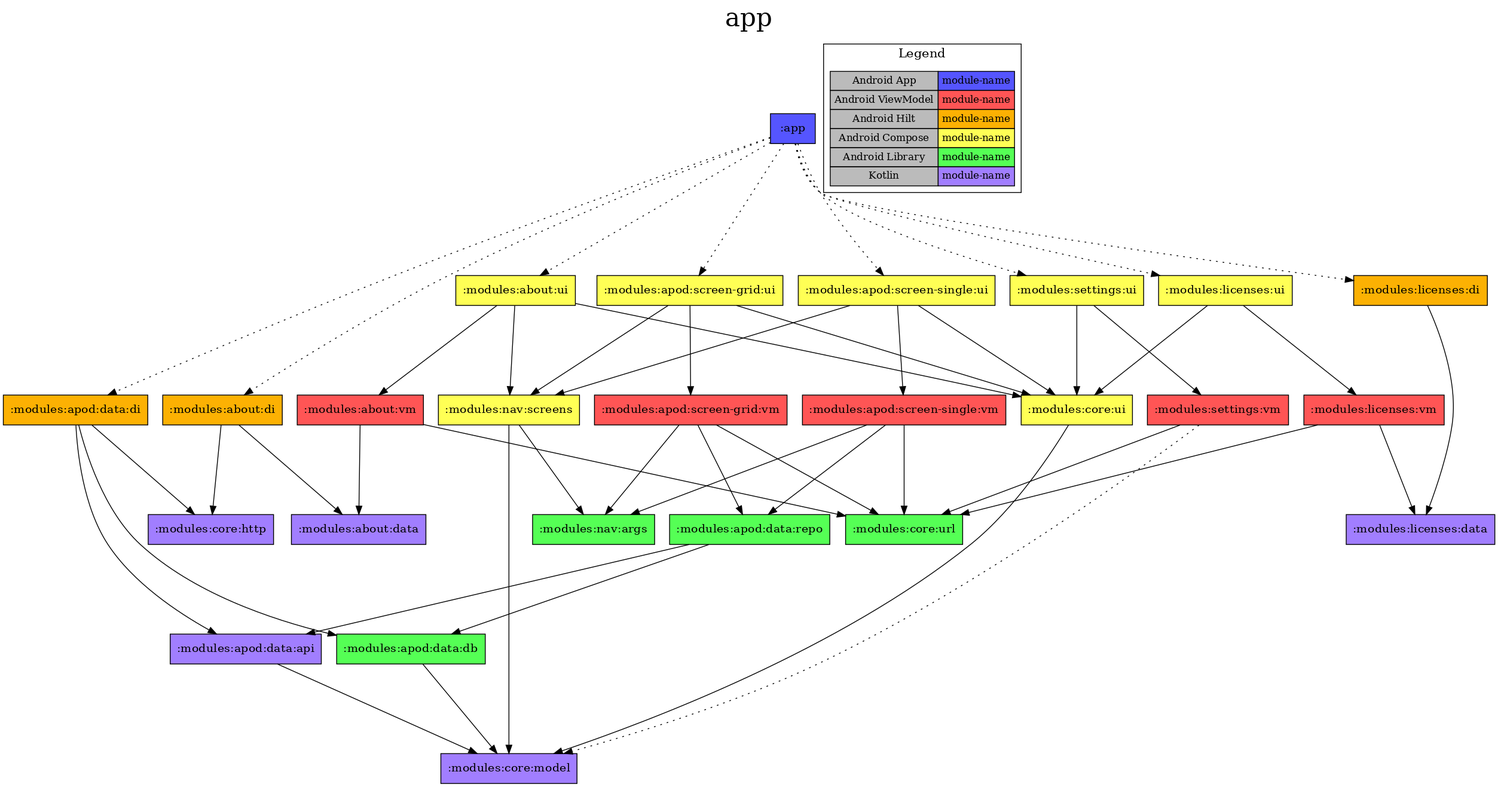
Earlier version of the Graphviz export app/project-dependency-graph.png (jonapoul/nasa-android). Its source is kept beside it as app/project-dependency-graph.dot.
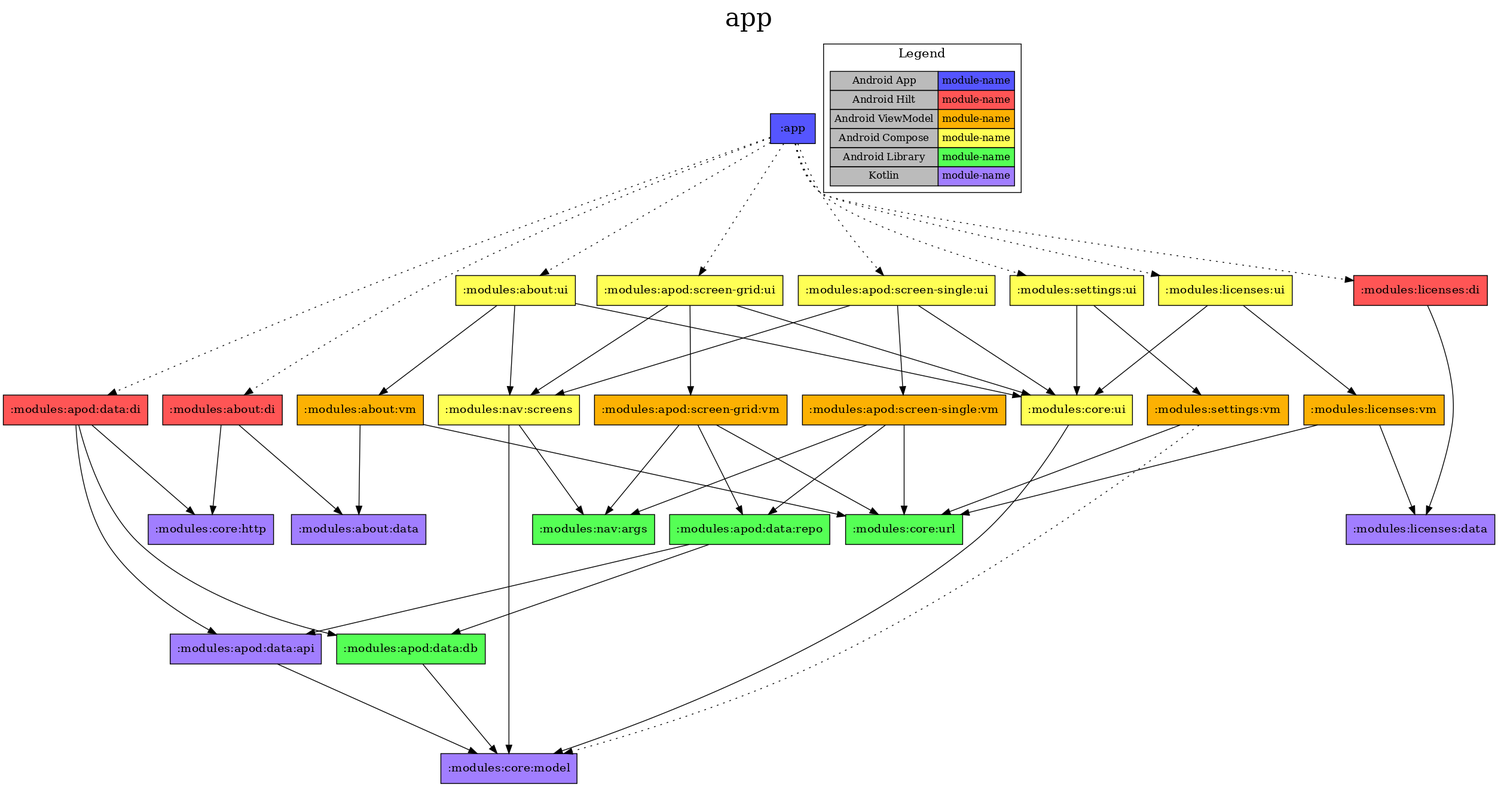
Later version of the same file.

Commit message:
Diagram colours

Diff of the diagram source:
```diff
@@ -3,30 +3,30 @@
 graph ["dpi"="100","label"="app","labelloc"="t","fontsize"="30","ranksep"="1.5"]
 node ["style"="filled"]
 ":app" ["shape"="box","fillcolor"="#5555FF"]
-":modules:about:di" ["fillcolor"="#FCB103","shape"="box"]
+":modules:about:di" ["fillcolor"="#FF5555","shape"="box"]
 ":modules:about:data" ["fillcolor"="#A17EFF","shape"="box"]
 ":modules:core:http" ["fillcolor"="#A17EFF","shape"="box"]
 ":modules:about:ui" ["fillcolor"="#FFFF55","shape"="box"]
-":modules:about:vm" ["fillcolor"="#FF5555","shape"="box"]
+":modules:about:vm" ["fillcolor"="#FCB103","shape"="box"]
 ":modules:core:url" ["fillcolor"="#55FF55","shape"="box"]
 ":modules:core:ui" ["fillcolor"="#FFFF55","shape"="box"]
 ":modules:core:model" ["fillcolor"="#A17EFF","shape"="box"]
 ":modules:nav:screens" ["fillcolor"="#FFFF55","shape"="box"]
 ":modules:nav:args" ["fillcolor"="#55FF55","shape"="box"]
-":modules:apod:data:di" ["fillcolor"="#FCB103","shape"="box"]
+":modules:apod:data:di" ["fillcolor"="#FF5555","shape"="box"]
 ":modules:apod:data:api" ["fillcolor"="#A17EFF","shape"="box"]
 ":modules:apod:data:db" ["fillcolor"="#55FF55","shape"="box"]
 ":modules:apod:screen-grid:ui" ["fillcolor"="#FFFF55","shape"="box"]
-":modules:apod:screen-grid:vm" ["fillcolor"="#FF5555","shape"="box"]
+":modules:apod:screen-grid:vm" ["fillcolor"="#FCB103","shape"="box"]
 ":modules:apod:data:repo" ["fillcolor"="#55FF55","shape"="box"]
 ":modules:apod:screen-single:ui" ["fillcolor"="#FFFF55","shape"="box"]
-":modules:apod:screen-single:vm" ["fillcolor"="#FF5555","shape"="box"]
-":modules:licenses:di" ["fillcolor"="#FCB103","shape"="box"]
+":modules:apod:screen-single:vm" ["fillcolor"="#FCB103","shape"="box"]
+":modules:licenses:di" ["fillcolor"="#FF5555","shape"="box"]
 ":modules:licenses:data" ["fillcolor"="#A17EFF","shape"="box"]
 ":modules:licenses:ui" ["fillcolor"="#FFFF55","shape"="box"]
-":modules:licenses:vm" ["fillcolor"="#FF5555","shape"="box"]
+":modules:licenses:vm" ["fillcolor"="#FCB103","shape"="box"]
 ":modules:settings:ui" ["fillcolor"="#FFFF55","shape"="box"]
-":modules:settings:vm" ["fillcolor"="#FF5555","shape"="box"]
+":modules:settings:vm" ["fillcolor"="#FCB103","shape"="box"]
 {
 edge ["dir"="none"]
 graph ["rank"="same"]
@@ -38,8 +38,8 @@
 "Legend" ["style"="filled","fillcolor"="#bbbbbb","shape"="none","margin"="0","fontsize"="12","label"=<
 <TABLE BORDER="0" CELLBORDER="1" CELLSPACING="0" CELLPADDING="4">
 <TR><TD>Android App</TD><TD BGCOLOR="#5555FF">module-name</TD></TR>
-<TR><TD>Android ViewModel</TD><TD BGCOLOR="#FF5555">module-name</TD></TR>
-<TR><TD>Android Hilt</TD><TD BGCOLOR="#FCB103">module-name</TD></TR>
+<TR><TD>Android Hilt</TD><TD BGCOLOR="#FF5555">module-name</TD></TR>
+<TR><TD>Android ViewModel</TD><TD BGCOLOR="#FCB103">module-name</TD></TR>
 <TR><TD>Android Compose</TD><TD BGCOLOR="#FFFF55">module-name</TD></TR>
 <TR><TD>Android Library</TD><TD BGCOLOR="#55FF55">module-name</TD></TR>
 <TR><TD>Kotlin</TD><TD BGCOLOR="#A17EFF">module-name</TD></TR>
```
